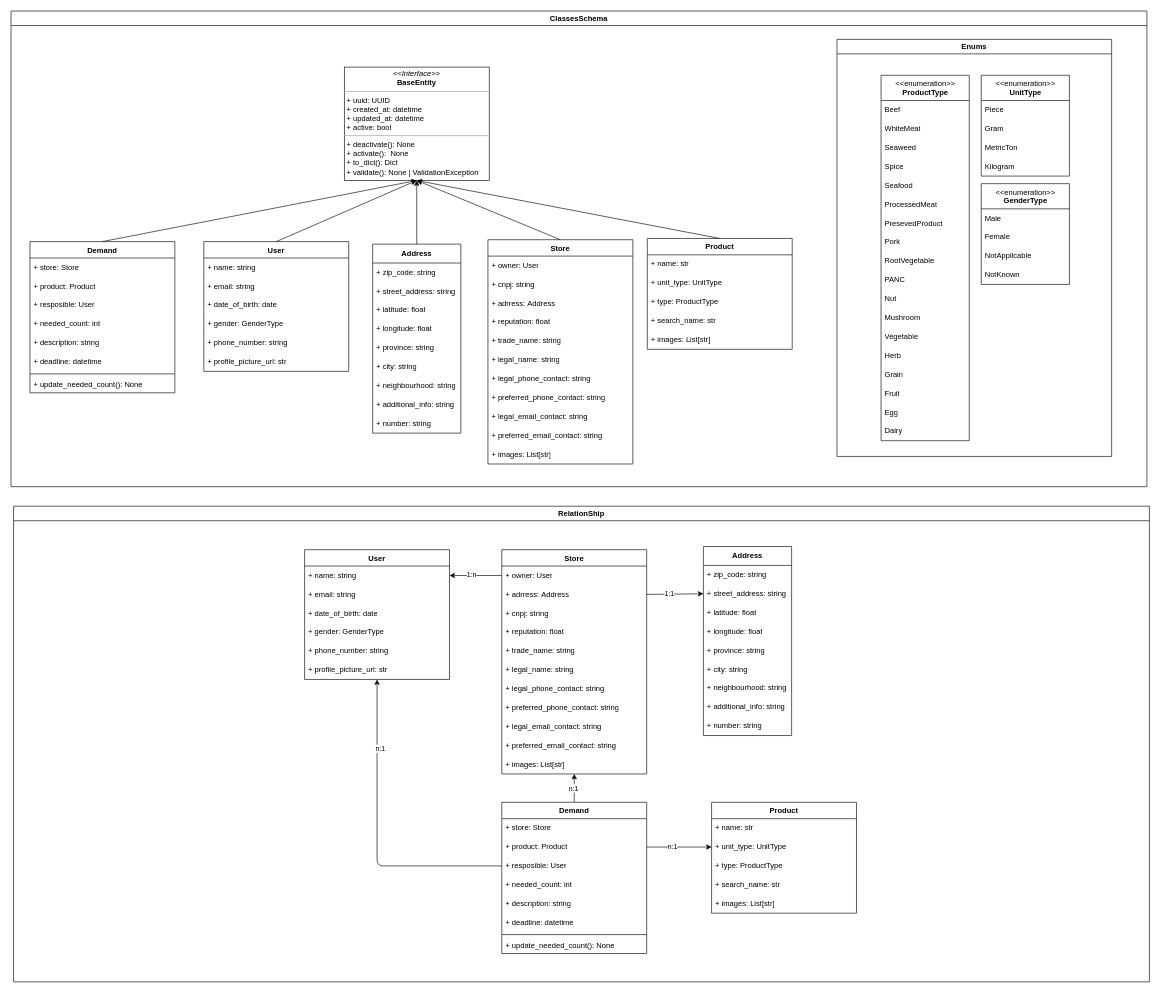
The draw.io diagram page "Page-1" (1 of 2) of diagrama_classes.drawio in Tudo-Fresco/documentation, before the edit. Source tidied: cells renumbered, new cells numbered last; positions are measured from the earlier drawing's top-left corner, leaving out a move shared by most shapes. Both pictures are drawn from the tidied source at 63%, with x=0, y=0 at pixel (11, 11).
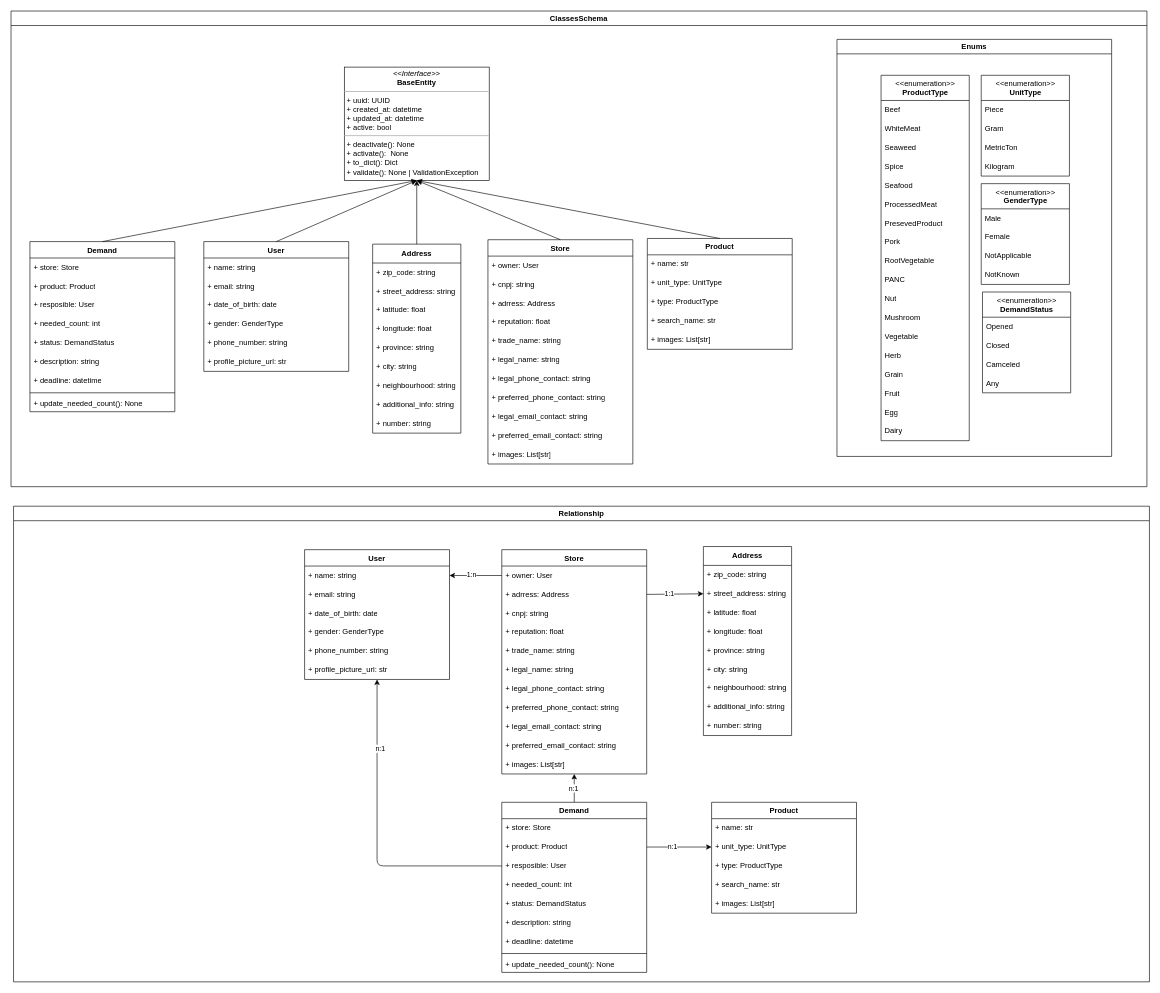
After the change.

The change refers to these unchanged cells:
```xml
<mxCell id="137" value="ClassesSchema" style="swimlane;whiteSpace=wrap;html=1;" parent="1" vertex="1">
  <mxGeometry width="1803" height="755" as="geometry" />
</mxCell>
```

Diff of the diagram source:
```diff
@@
-    <mxCell id="2" value="RelationShip" style="swimlane;whiteSpace=wrap;html=1;" parent="1" vertex="1">
+    <mxCell id="2" value="Relationship" style="swimlane;whiteSpace=wrap;html=1;" parent="1" vertex="1">
       <mxGeometry x="4" y="786" width="1803" height="755" as="geometry" />
     </mxCell>
@@
     <mxCell id="44" value="Demand" style="swimlane;fontStyle=1;align=center;verticalAlign=top;horizontal=1;startSize=26;" parent="2" vertex="1">
-      <mxGeometry x="775" y="470" width="230" height="240" as="geometry" />
+      <mxGeometry x="775" y="470" width="230" height="270" as="geometry" />
     </mxCell>
@@
+    <mxCell id="138" value="+ needed_count: int" style="text;strokeColor=none;fillColor=none;align=left;verticalAlign=middle;spacingLeft=4;spacingRight=4;overflow=hidden;whiteSpace=wrap;html=1;" parent="44" vertex="1">
+      <mxGeometry y="116" width="230" height="30" as="geometry" />
+    </mxCell>
-    <mxCell id="48" value="+ needed_count: int" style="text;strokeColor=none;fillColor=none;align=left;verticalAlign=middle;spacingLeft=4;spacingRight=4;overflow=hidden;whiteSpace=wrap;html=1;" parent="44" vertex="1">
-      <mxGeometry y="116" width="230" height="30" as="geometry" />
+    <mxCell id="48" value="+ status: DemandStatus" style="text;strokeColor=none;fillColor=none;align=left;verticalAlign=middle;spacingLeft=4;spacingRight=4;overflow=hidden;whiteSpace=wrap;html=1;" parent="44" vertex="1">
+      <mxGeometry y="146" width="230" height="30" as="geometry" />
     </mxCell>
     <mxCell id="49" value="+ description: string" style="text;strokeColor=none;fillColor=none;align=left;verticalAlign=middle;spacingLeft=4;spacingRight=4;overflow=hidden;whiteSpace=wrap;html=1;" parent="44" vertex="1">
-      <mxGeometry y="146" width="230" height="30" as="geometry" />
+      <mxGeometry y="176" width="230" height="30" as="geometry" />
     </mxCell>
     <mxCell id="50" value="+ deadline: datetime" style="text;strokeColor=none;fillColor=none;align=left;verticalAlign=middle;spacingLeft=4;spacingRight=4;overflow=hidden;whiteSpace=wrap;html=1;" parent="44" vertex="1">
-      <mxGeometry y="176" width="230" height="30" as="geometry" />
+      <mxGeometry y="206" width="230" height="30" as="geometry" />
     </mxCell>
     <mxCell id="51" style="line;strokeWidth=1;fillColor=none;align=left;verticalAlign=middle;spacingTop=-1;spacingLeft=3;spacingRight=3;labelPosition=right;strokeColor=inherit;" parent="44" vertex="1">
-      <mxGeometry y="206" width="230" height="8" as="geometry" />
+      <mxGeometry y="236" width="230" height="8" as="geometry" />
     </mxCell>
     <mxCell id="52" value="+ update_needed_count(): None" style="text;strokeColor=none;fillColor=none;align=left;verticalAlign=top;spacingLeft=4;spacingRight=4;overflow=hidden;" parent="44" vertex="1">
-      <mxGeometry y="214" width="230" height="26" as="geometry" />
+      <mxGeometry y="244" width="230" height="26" as="geometry" />
     </mxCell>
@@
     <mxCell id="119" value="Demand" style="swimlane;fontStyle=1;align=center;verticalAlign=top;horizontal=1;startSize=26;" parent="1" vertex="1">
-      <mxGeometry x="30" y="366" width="230" height="240" as="geometry" />
+      <mxGeometry x="30" y="366" width="230" height="270" as="geometry" />
     </mxCell>
@@
+    <mxCell id="139" value="+ status: DemandStatus" style="text;strokeColor=none;fillColor=none;align=left;verticalAlign=middle;spacingLeft=4;spacingRight=4;overflow=hidden;whiteSpace=wrap;html=1;" parent="119" vertex="1">
+      <mxGeometry y="146" width="230" height="30" as="geometry" />
+    </mxCell>
     <mxCell id="124" value="+ description: string" style="text;strokeColor=none;fillColor=none;align=left;verticalAlign=middle;spacingLeft=4;spacingRight=4;overflow=hidden;whiteSpace=wrap;html=1;" parent="119" vertex="1">
-      <mxGeometry y="146" width="230" height="30" as="geometry" />
+      <mxGeometry y="176" width="230" height="30" as="geometry" />
     </mxCell>
     <mxCell id="125" value="+ deadline: datetime" style="text;strokeColor=none;fillColor=none;align=left;verticalAlign=middle;spacingLeft=4;spacingRight=4;overflow=hidden;whiteSpace=wrap;html=1;" parent="119" vertex="1">
-      <mxGeometry y="176" width="230" height="30" as="geometry" />
+      <mxGeometry y="206" width="230" height="30" as="geometry" />
     </mxCell>
     <mxCell id="126" style="line;strokeWidth=1;fillColor=none;align=left;verticalAlign=middle;spacingTop=-1;spacingLeft=3;spacingRight=3;labelPosition=right;strokeColor=inherit;" parent="119" vertex="1">
-      <mxGeometry y="206" width="230" height="8" as="geometry" />
+      <mxGeometry y="236" width="230" height="8" as="geometry" />
     </mxCell>
     <mxCell id="127" value="+ update_needed_count(): None" style="text;strokeColor=none;fillColor=none;align=left;verticalAlign=top;spacingLeft=4;spacingRight=4;overflow=hidden;" parent="119" vertex="1">
-      <mxGeometry y="214" width="230" height="26" as="geometry" />
+      <mxGeometry y="244" width="230" height="26" as="geometry" />
     </mxCell>
@@
+    <mxCell id="140" value="&amp;lt;&amp;lt;enumeration&amp;gt;&amp;gt;&lt;br&gt;&lt;b&gt;DemandStatus&lt;/b&gt;" style="swimlane;fontStyle=0;align=center;verticalAlign=top;horizontal=1;startSize=40;html=1;" parent="137" vertex="1">
+      <mxGeometry x="1542" y="446" width="140" height="160" as="geometry" />
+    </mxCell>
+    <mxCell id="141" value="Opened" style="text;strokeColor=none;fillColor=none;align=left;verticalAlign=middle;spacingLeft=4;spacingRight=4;overflow=hidden;whiteSpace=wrap;html=1;" parent="140" vertex="1">
+      <mxGeometry y="40" width="140" height="30" as="geometry" />
+    </mxCell>
+    <mxCell id="142" value="Closed" style="text;strokeColor=none;fillColor=none;align=left;verticalAlign=middle;spacingLeft=4;spacingRight=4;overflow=hidden;whiteSpace=wrap;html=1;" parent="140" vertex="1">
+      <mxGeometry y="70" width="140" height="30" as="geometry" />
+    </mxCell>
+    <mxCell id="143" value="Camceled" style="text;strokeColor=none;fillColor=none;align=left;verticalAlign=middle;spacingLeft=4;spacingRight=4;overflow=hidden;whiteSpace=wrap;html=1;" parent="140" vertex="1">
+      <mxGeometry y="100" width="140" height="30" as="geometry" />
+    </mxCell>
+    <mxCell id="144" value="Any" style="text;strokeColor=none;fillColor=none;align=left;verticalAlign=middle;spacingLeft=4;spacingRight=4;overflow=hidden;whiteSpace=wrap;html=1;" parent="140" vertex="1">
+      <mxGeometry y="130" width="140" height="30" as="geometry" />
+    </mxCell>
```
